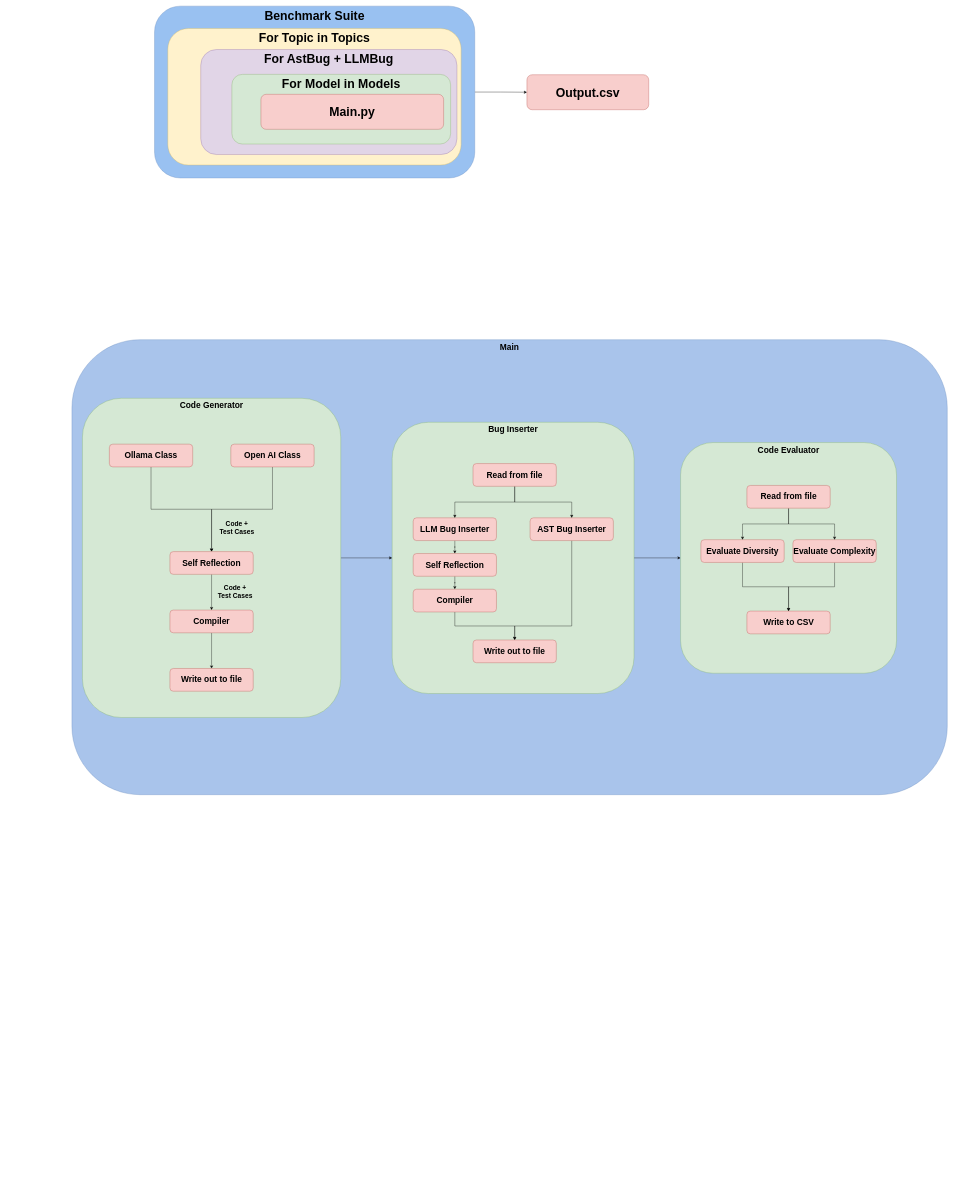
Earlier version of the draw.io diagram Reports/Final/Images/Code_Structure.drawio (Patrick941/MAIProject). Source tidied: cells renumbered, new cells numbered last; positions are measured from the earlier drawing's top-left corner, leaving out a move shared by most shapes. Both pictures are drawn from the tidied source at 35%, with x=0, y=0 at pixel (72, 6).
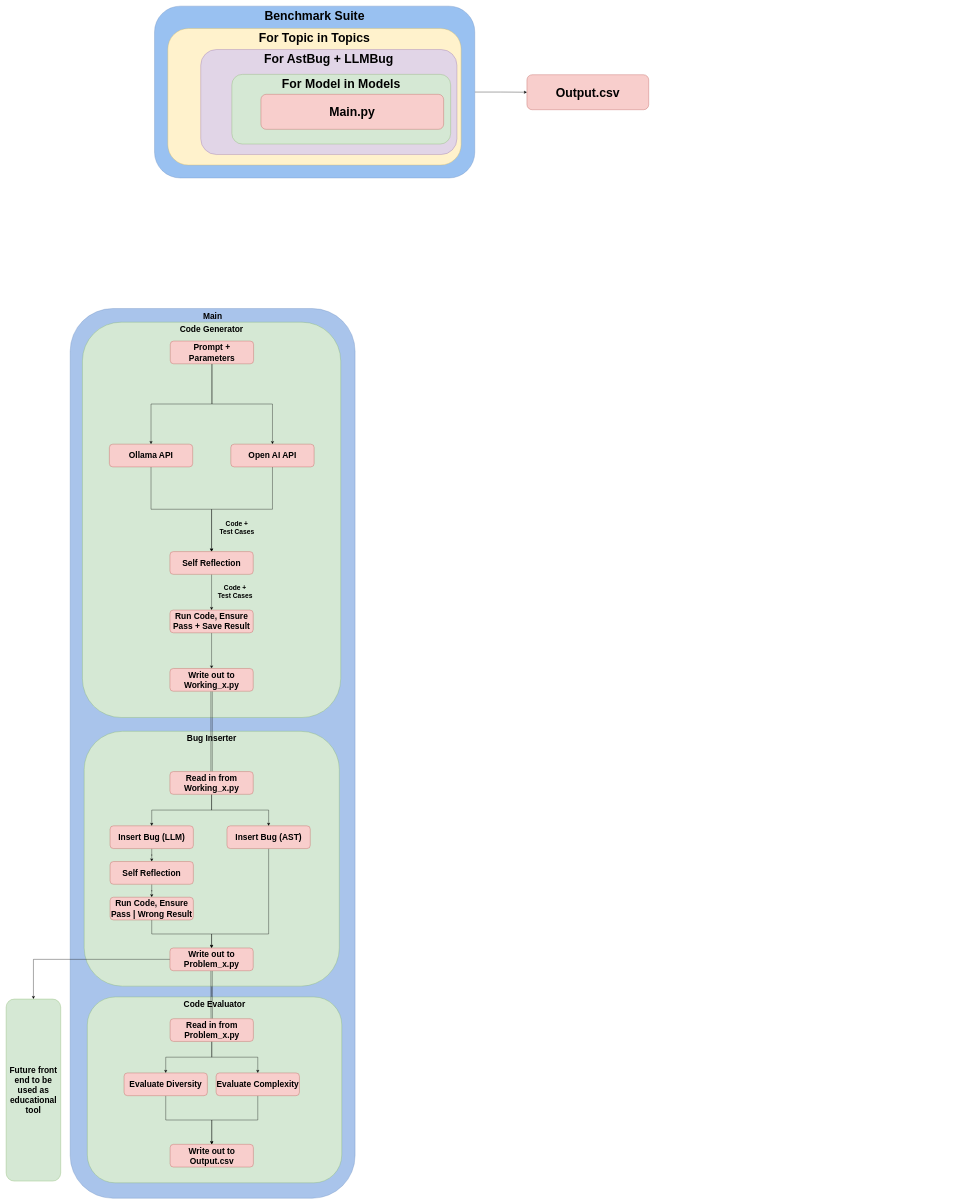
Above is the later version.

Change to the diagram source:
```diff
@@
     <mxCell id="2" value="Main" style="rounded=1;whiteSpace=wrap;html=1;verticalAlign=top;fontStyle=1;fontSize=24;fillColor=#A9C4EB;strokeColor=#6c8ebf;gradientColor=none;" parent="1" vertex="1">
-      <mxGeometry y="953" width="2501" height="1300" as="geometry" />
+      <mxGeometry x="-5" y="864" width="814" height="2542" as="geometry" />
     </mxCell>
-    <mxCell id="3" style="edgeStyle=orthogonalEdgeStyle;rounded=0;jettySize=auto;html=1;entryX=0;entryY=0.5;entryDx=0;entryDy=0;" parent="1" edge="1" source="4" target="8">
-      <mxGeometry relative="1" as="geometry" />
-    </mxCell>
     <mxCell id="4" value="Code Generator" style="rounded=1;whiteSpace=wrap;html=1;verticalAlign=top;fontStyle=1;fontSize=24;fillColor=#d5e8d4;strokeColor=#82b366;" parent="1" vertex="1">
-      <mxGeometry x="30" y="1120.5" width="738" height="912" as="geometry" />
+      <mxGeometry x="30" y="903" width="738" height="1129.5" as="geometry" />
     </mxCell>
@@
-    <mxCell id="6" value="Open AI Class" style="rounded=1;whiteSpace=wrap;html=1;verticalAlign=middle;fontStyle=1;fontSize=24;fillColor=#f8cecc;strokeColor=#b85450;" parent="1" vertex="1">
+    <mxCell id="6" value="Open AI API" style="rounded=1;whiteSpace=wrap;html=1;verticalAlign=middle;fontStyle=1;fontSize=24;fillColor=#f8cecc;strokeColor=#b85450;" parent="1" vertex="1">
       <mxGeometry x="454" y="1251.5" width="238" height="65" as="geometry" />
     </mxCell>
-    <mxCell id="7" style="edgeStyle=orthogonalEdgeStyle;rounded=0;jettySize=auto;html=1;entryX=0;entryY=0.5;entryDx=0;entryDy=0;" parent="1" edge="1" source="8" target="9">
-      <mxGeometry relative="1" as="geometry" />
-    </mxCell>
+    <mxCell id="46" style="edgeStyle=orthogonalEdgeStyle;rounded=0;jettySize=auto;html=1;" parent="1" edge="1" source="8" target="37">
+      <mxGeometry relative="1" as="geometry" />
+    </mxCell>
     <mxCell id="8" value="Bug Inserter" style="rounded=1;whiteSpace=wrap;html=1;verticalAlign=top;fontStyle=1;fontSize=24;fillColor=#d5e8d4;strokeColor=#82b366;" parent="1" vertex="1">
-      <mxGeometry x="915" y="1189" width="691" height="775" as="geometry" />
+      <mxGeometry x="35" y="2072" width="729" height="728" as="geometry" />
     </mxCell>
     <mxCell id="9" value="Code Evaluator" style="rounded=1;whiteSpace=wrap;html=1;verticalAlign=top;fontStyle=1;fontSize=24;fillColor=#d5e8d4;strokeColor=#82b366;" parent="1" vertex="1">
-      <mxGeometry x="1739" y="1247" width="617" height="659" as="geometry" />
+      <mxGeometry x="44" y="2831" width="727" height="531" as="geometry" />
     </mxCell>
@@
-    <mxCell id="12" value="Ollama Class" style="rounded=1;whiteSpace=wrap;html=1;verticalAlign=middle;fontStyle=1;fontSize=24;fillColor=#f8cecc;strokeColor=#b85450;" parent="1" vertex="1">
+    <mxCell id="12" value="Ollama API" style="rounded=1;whiteSpace=wrap;html=1;verticalAlign=middle;fontStyle=1;fontSize=24;fillColor=#f8cecc;strokeColor=#b85450;" parent="1" vertex="1">
       <mxGeometry x="107" y="1251.5" width="238" height="65" as="geometry" />
     </mxCell>
@@
-    <mxCell id="14" value="LLM Bug Inserter" style="rounded=1;whiteSpace=wrap;html=1;verticalAlign=middle;fontStyle=1;fontSize=24;fillColor=#f8cecc;strokeColor=#b85450;" parent="1" vertex="1">
-      <mxGeometry x="975" y="1462" width="238" height="65" as="geometry" />
+    <mxCell id="14" value="Insert Bug (LLM)" style="rounded=1;whiteSpace=wrap;html=1;verticalAlign=middle;fontStyle=1;fontSize=24;fillColor=#f8cecc;strokeColor=#b85450;" parent="1" vertex="1">
+      <mxGeometry x="109" y="2342" width="238" height="65" as="geometry" />
     </mxCell>
     <mxCell id="15" style="edgeStyle=orthogonalEdgeStyle;rounded=0;jettySize=auto;html=1;entryX=0.5;entryY=0;entryDx=0;entryDy=0;" parent="1" edge="1" source="16" target="34">
       <mxGeometry relative="1" as="geometry">
         <Array as="points">
-          <mxPoint x="1428" y="1771" />
-          <mxPoint x="1265" y="1771" />
+          <mxPoint x="562" y="2651" />
+          <mxPoint x="399" y="2651" />
         </Array>
       </mxGeometry>
     </mxCell>
-    <mxCell id="16" value="AST Bug Inserter" style="rounded=1;whiteSpace=wrap;html=1;verticalAlign=middle;fontStyle=1;fontSize=24;fillColor=#f8cecc;strokeColor=#b85450;" parent="1" vertex="1">
-      <mxGeometry x="1309" y="1462" width="238" height="65" as="geometry" />
+    <mxCell id="16" value="Insert Bug (AST)" style="rounded=1;whiteSpace=wrap;html=1;verticalAlign=middle;fontStyle=1;fontSize=24;fillColor=#f8cecc;strokeColor=#b85450;" parent="1" vertex="1">
+      <mxGeometry x="443" y="2342" width="238" height="65" as="geometry" />
     </mxCell>
@@
     <mxCell id="18" value="Evaluate Diversity" style="rounded=1;whiteSpace=wrap;html=1;verticalAlign=middle;fontStyle=1;fontSize=24;fillColor=#f8cecc;strokeColor=#b85450;" parent="1" vertex="1">
-      <mxGeometry x="1797" y="1524.5" width="238" height="65" as="geometry" />
+      <mxGeometry x="149" y="3048" width="238" height="65" as="geometry" />
     </mxCell>
@@
     <mxCell id="20" value="Evaluate Complexity" style="rounded=1;whiteSpace=wrap;html=1;verticalAlign=middle;fontStyle=1;fontSize=24;fillColor=#f8cecc;strokeColor=#b85450;" parent="1" vertex="1">
-      <mxGeometry x="2060" y="1524.5" width="238" height="65" as="geometry" />
+      <mxGeometry x="412" y="3048" width="238" height="65" as="geometry" />
     </mxCell>
@@
-    <mxCell id="24" value="Compiler" style="rounded=1;whiteSpace=wrap;html=1;verticalAlign=middle;fontStyle=1;fontSize=24;fillColor=#f8cecc;strokeColor=#b85450;" parent="1" vertex="1">
+    <mxCell id="24" value="Run Code, Ensure Pass + Save Result" style="rounded=1;whiteSpace=wrap;html=1;verticalAlign=middle;fontStyle=1;fontSize=24;fillColor=#f8cecc;strokeColor=#b85450;" parent="1" vertex="1">
       <mxGeometry x="280" y="1725.5" width="238" height="65" as="geometry" />
     </mxCell>
@@
+    <mxCell id="47" style="edgeStyle=orthogonalEdgeStyle;rounded=0;jettySize=auto;html=1;entryX=0.5;entryY=0;entryDx=0;entryDy=0;shape=link;" parent="1" edge="1" source="26" target="29">
+      <mxGeometry relative="1" as="geometry" />
+    </mxCell>
-    <mxCell id="26" value="Write out to file" style="rounded=1;whiteSpace=wrap;html=1;verticalAlign=middle;fontStyle=1;fontSize=24;fillColor=#f8cecc;strokeColor=#b85450;" parent="1" vertex="1">
+    <mxCell id="26" value="Write out to Working_x.py" style="rounded=1;whiteSpace=wrap;html=1;verticalAlign=middle;fontStyle=1;fontSize=24;fillColor=#f8cecc;strokeColor=#b85450;" parent="1" vertex="1">
       <mxGeometry x="280" y="1892.5" width="238" height="65" as="geometry" />
     </mxCell>
@@
-    <mxCell id="29" value="Read from file" style="rounded=1;whiteSpace=wrap;html=1;verticalAlign=middle;fontStyle=1;fontSize=24;fillColor=#f8cecc;strokeColor=#b85450;" parent="1" vertex="1">
-      <mxGeometry x="1146" y="1307" width="238" height="65" as="geometry" />
+    <mxCell id="29" value="Read in from Working_x.py" style="rounded=1;whiteSpace=wrap;html=1;verticalAlign=middle;fontStyle=1;fontSize=24;fillColor=#f8cecc;strokeColor=#b85450;" parent="1" vertex="1">
+      <mxGeometry x="280" y="2187" width="238" height="65" as="geometry" />
     </mxCell>
@@
     <mxCell id="31" value="Self Reflection" style="rounded=1;whiteSpace=wrap;html=1;verticalAlign=middle;fontStyle=1;fontSize=24;fillColor=#f8cecc;strokeColor=#b85450;" parent="1" vertex="1">
-      <mxGeometry x="975" y="1564" width="238" height="65" as="geometry" />
+      <mxGeometry x="109" y="2444" width="238" height="65" as="geometry" />
     </mxCell>
@@
-    <mxCell id="33" value="Compiler" style="rounded=1;whiteSpace=wrap;html=1;verticalAlign=middle;fontStyle=1;fontSize=24;fillColor=#f8cecc;strokeColor=#b85450;" parent="1" vertex="1">
-      <mxGeometry x="975" y="1666" width="238" height="65" as="geometry" />
+    <mxCell id="33" value="Run Code, Ensure Pass | Wrong Result" style="rounded=1;whiteSpace=wrap;html=1;verticalAlign=middle;fontStyle=1;fontSize=24;fillColor=#f8cecc;strokeColor=#b85450;" parent="1" vertex="1">
+      <mxGeometry x="109" y="2546" width="238" height="65" as="geometry" />
     </mxCell>
+    <mxCell id="48" style="edgeStyle=orthogonalEdgeStyle;rounded=0;jettySize=auto;html=1;entryX=0.5;entryY=0;entryDx=0;entryDy=0;shape=link;" parent="1" edge="1" source="34" target="37">
+      <mxGeometry relative="1" as="geometry" />
+    </mxCell>
+    <mxCell id="49" style="edgeStyle=orthogonalEdgeStyle;rounded=0;jettySize=auto;html=1;entryX=0.5;entryY=0;entryDx=0;entryDy=0;" parent="1" edge="1" source="34" target="53">
+      <mxGeometry relative="1" as="geometry" />
+    </mxCell>
-    <mxCell id="34" value="Write out to file" style="rounded=1;whiteSpace=wrap;html=1;verticalAlign=middle;fontStyle=1;fontSize=24;fillColor=#f8cecc;strokeColor=#b85450;" parent="1" vertex="1">
-      <mxGeometry x="1146" y="1811" width="238" height="65" as="geometry" />
+    <mxCell id="34" value="Write out to Problem_x.py" style="rounded=1;whiteSpace=wrap;html=1;verticalAlign=middle;fontStyle=1;fontSize=24;fillColor=#f8cecc;strokeColor=#b85450;" parent="1" vertex="1">
+      <mxGeometry x="280" y="2691" width="238" height="65" as="geometry" />
     </mxCell>
@@
-    <mxCell id="37" value="Read from file" style="rounded=1;whiteSpace=wrap;html=1;verticalAlign=middle;fontStyle=1;fontSize=24;fillColor=#f8cecc;strokeColor=#b85450;" parent="1" vertex="1">
-      <mxGeometry x="1928.5" y="1369.5" width="238" height="65" as="geometry" />
+    <mxCell id="37" value="Read in from Problem_x.py" style="rounded=1;whiteSpace=wrap;html=1;verticalAlign=middle;fontStyle=1;fontSize=24;fillColor=#f8cecc;strokeColor=#b85450;" parent="1" vertex="1">
+      <mxGeometry x="280.5" y="2893" width="238" height="65" as="geometry" />
     </mxCell>
-    <mxCell id="38" value="Write to CSV" style="rounded=1;whiteSpace=wrap;html=1;verticalAlign=middle;fontStyle=1;fontSize=24;fillColor=#f8cecc;strokeColor=#b85450;" parent="1" vertex="1">
-      <mxGeometry x="1928.5" y="1728.5" width="238" height="65" as="geometry" />
+    <mxCell id="38" value="Write out to Output.csv" style="rounded=1;whiteSpace=wrap;html=1;verticalAlign=middle;fontStyle=1;fontSize=24;fillColor=#f8cecc;strokeColor=#b85450;" parent="1" vertex="1">
+      <mxGeometry x="280.5" y="3252" width="238" height="65" as="geometry" />
     </mxCell>
@@
+    <mxCell id="50" style="edgeStyle=orthogonalEdgeStyle;rounded=0;jettySize=auto;html=1;entryX=0.5;entryY=0;entryDx=0;entryDy=0;" parent="1" edge="1" source="52" target="12">
+      <mxGeometry relative="1" as="geometry" />
+    </mxCell>
+    <mxCell id="51" style="edgeStyle=orthogonalEdgeStyle;rounded=0;jettySize=auto;html=1;entryX=0.5;entryY=0;entryDx=0;entryDy=0;" parent="1" edge="1" source="52" target="6">
+      <mxGeometry relative="1" as="geometry" />
+    </mxCell>
+    <mxCell id="52" value="Prompt + Parameters" style="rounded=1;whiteSpace=wrap;html=1;verticalAlign=middle;fontStyle=1;fontSize=24;fillColor=#f8cecc;strokeColor=#b85450;" parent="1" vertex="1">
+      <mxGeometry x="281" y="957" width="238" height="65" as="geometry" />
+    </mxCell>
+    <mxCell id="53" value="Future front end to be used as educational tool" style="rounded=1;whiteSpace=wrap;html=1;verticalAlign=middle;fontStyle=1;fontSize=24;fillColor=#d5e8d4;strokeColor=#82b366;align=center;" parent="1" vertex="1">
+      <mxGeometry x="-188" y="2837" width="156" height="520" as="geometry" />
+    </mxCell>
```
